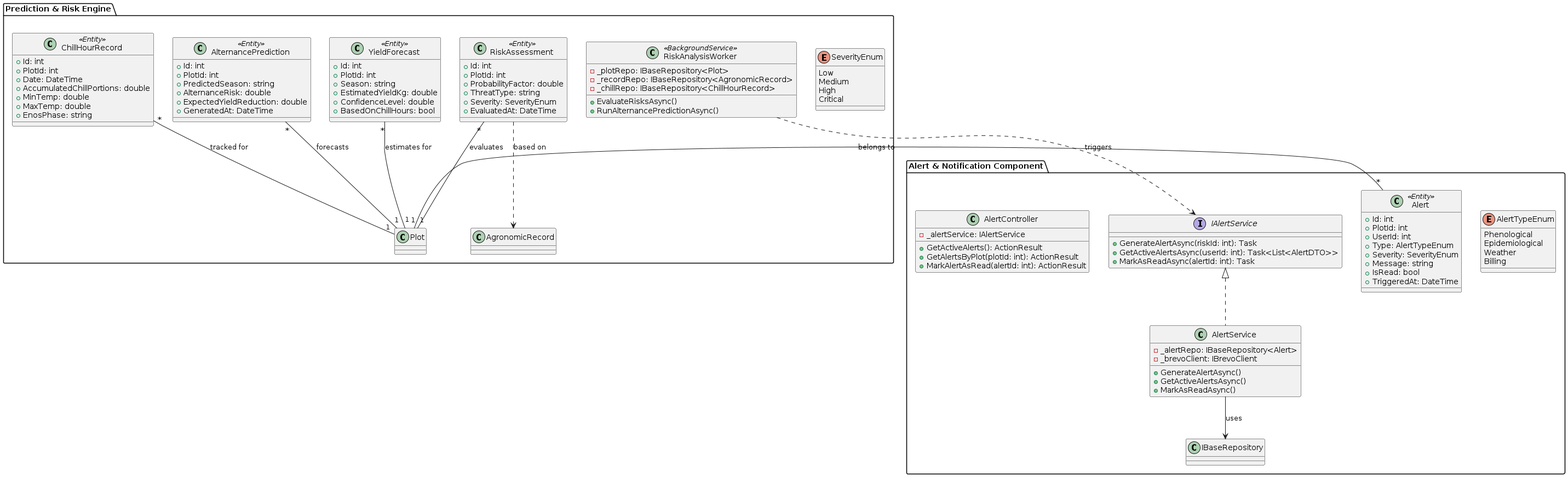
upc-pre-1asi0729-11848-arcadiadevs/viora-report keeps this PlantUML diagram as report/assets/class-diagrams/prediction-risk-engine-and-alert-components-diagram.png. Above is the earlier version.
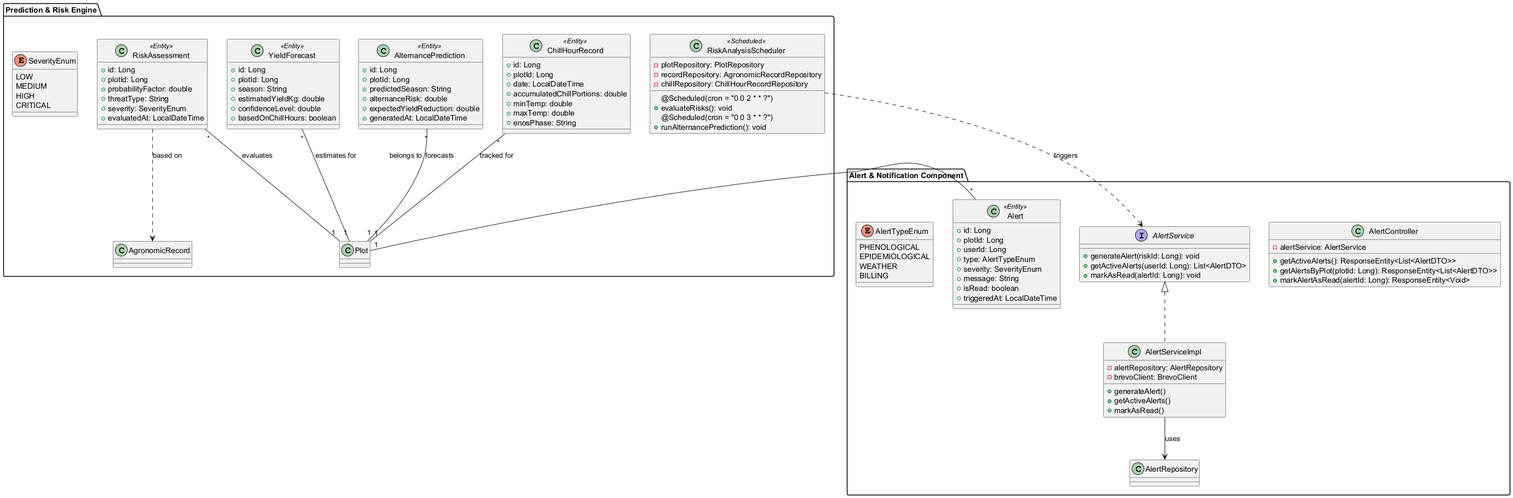
After the commit.

Change to the diagram source:
```diff
@@ -1,55 +1,57 @@
 @startuml
 package "Prediction & Risk Engine" {
-    class RiskAnalysisWorker <<BackgroundService>> {
-        - _plotRepo: IBaseRepository<Plot>
-        - _recordRepo: IBaseRepository<AgronomicRecord>
-        - _chillRepo: IBaseRepository<ChillHourRecord>
-        + EvaluateRisksAsync()
-        + RunAlternancePredictionAsync()
+    class RiskAnalysisScheduler <<Scheduled>> {
+        - plotRepository: PlotRepository
+        - recordRepository: AgronomicRecordRepository
+        - chillRepository: ChillHourRecordRepository
+        @Scheduled(cron = "0 0 2 * * ?")
+        + evaluateRisks(): void
+        @Scheduled(cron = "0 0 3 * * ?")
+        + runAlternancePrediction(): void
     }
 
     class ChillHourRecord <<Entity>> {
-        + Id: int
-        + PlotId: int
-        + Date: DateTime
-        + AccumulatedChillPortions: double
-        + MinTemp: double
-        + MaxTemp: double
-        + EnosPhase: string
+        + id: Long
+        + plotId: Long
+        + date: LocalDateTime
+        + accumulatedChillPortions: double
+        + minTemp: double
+        + maxTemp: double
+        + enosPhase: String
     }
 
     class AlternancePrediction <<Entity>> {
-        + Id: int
-        + PlotId: int
-        + PredictedSeason: string
-        + AlternanceRisk: double
-        + ExpectedYieldReduction: double
-        + GeneratedAt: DateTime
+        + id: Long
+        + plotId: Long
+        + predictedSeason: String
+        + alternanceRisk: double
+        + expectedYieldReduction: double
+        + generatedAt: LocalDateTime
     }
 
     class YieldForecast <<Entity>> {
-        + Id: int
-        + PlotId: int
-        + Season: string
-        + EstimatedYieldKg: double
-        + ConfidenceLevel: double
-        + BasedOnChillHours: bool
+        + id: Long
+        + plotId: Long
+        + season: String
+        + estimatedYieldKg: double
+        + confidenceLevel: double
+        + basedOnChillHours: boolean
     }
 
     class RiskAssessment <<Entity>> {
-        + Id: int
-        + PlotId: int
-        + ProbabilityFactor: double
-        + ThreatType: string
-        + Severity: SeverityEnum
-        + EvaluatedAt: DateTime
+        + id: Long
+        + plotId: Long
+        + probabilityFactor: double
+        + threatType: String
+        + severity: SeverityEnum
+        + evaluatedAt: LocalDateTime
     }
 
     enum SeverityEnum {
-        Low
-        Medium
-        High
-        Critical
+        LOW
+        MEDIUM
+        HIGH
+        CRITICAL
     }
 
     ChillHourRecord "*" -- "1" Plot : tracked for
@@ -61,48 +63,48 @@
 
 package "Alert & Notification Component" {
     class AlertController {
-        - _alertService: IAlertService
-        + GetActiveAlerts(): ActionResult
-        + GetAlertsByPlot(plotId: int): ActionResult
-        + MarkAlertAsRead(alertId: int): ActionResult
+        - alertService: AlertService
+        + getActiveAlerts(): ResponseEntity<List<AlertDTO>>
+        + getAlertsByPlot(plotId: Long): ResponseEntity<List<AlertDTO>>
+        + markAlertAsRead(alertId: Long): ResponseEntity<Void>
     }
 
-    interface IAlertService {
-        + GenerateAlertAsync(riskId: int): Task
-        + GetActiveAlertsAsync(userId: int): Task<List<AlertDTO>>
-        + MarkAsReadAsync(alertId: int): Task
+    interface AlertService {
+        + generateAlert(riskId: Long): void
+        + getActiveAlerts(userId: Long): List<AlertDTO>
+        + markAsRead(alertId: Long): void
     }
 
-    class AlertService {
-        - _alertRepo: IBaseRepository<Alert>
-        - _brevoClient: IBrevoClient
-        + GenerateAlertAsync()
-        + GetActiveAlertsAsync()
-        + MarkAsReadAsync()
+    class AlertServiceImpl {
+        - alertRepository: AlertRepository
+        - brevoClient: BrevoClient
+        + generateAlert()
+        + getActiveAlerts()
+        + markAsRead()
     }
 
     class Alert <<Entity>> {
-        + Id: int
-        + PlotId: int
-        + UserId: int
-        + Type: AlertTypeEnum
-        + Severity: SeverityEnum
-        + Message: string
-        + IsRead: bool
-        + TriggeredAt: DateTime
+        + id: Long
+        + plotId: Long
+        + userId: Long
+        + type: AlertTypeEnum
+        + severity: SeverityEnum
+        + message: String
+        + isRead: boolean
+        + triggeredAt: LocalDateTime
     }
 
     enum AlertTypeEnum {
-        Phenological
-        Epidemiological
-        Weather
-        Billing
+        PHENOLOGICAL
+        EPIDEMIOLOGICAL
+        WEATHER
+        BILLING
     }
 
-    IAlertService <|.. AlertService
-    AlertService --> IBaseRepository : uses
+    AlertService <|.. AlertServiceImpl
+    AlertServiceImpl --> AlertRepository : uses
 }
 
-RiskAnalysisWorker ..> IAlertService : triggers
+RiskAnalysisScheduler ..> AlertService : triggers
 Alert "*" -- "1" Plot : belongs to
 @enduml
```
